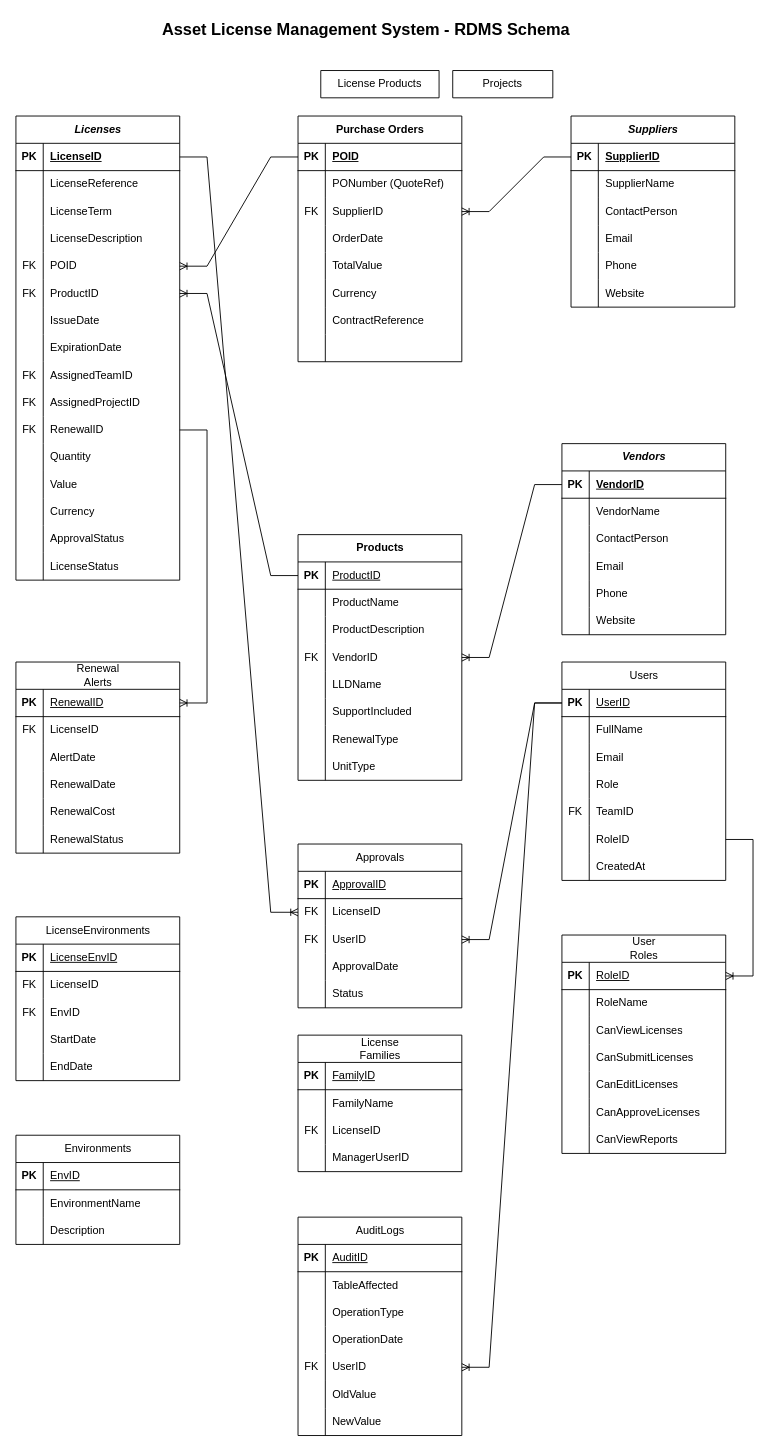
Above: License Management System Schema ER .drawio in MiraxCapgemini/license-tracker-sys (draw.io), before the change. Source tidied: cells renumbered, new cells numbered last; positions are measured from the earlier drawing's top-left corner, leaving out a move shared by most shapes. Both pictures are drawn from the tidied source at 91%, with x=0, y=0 at pixel (-48, -30).
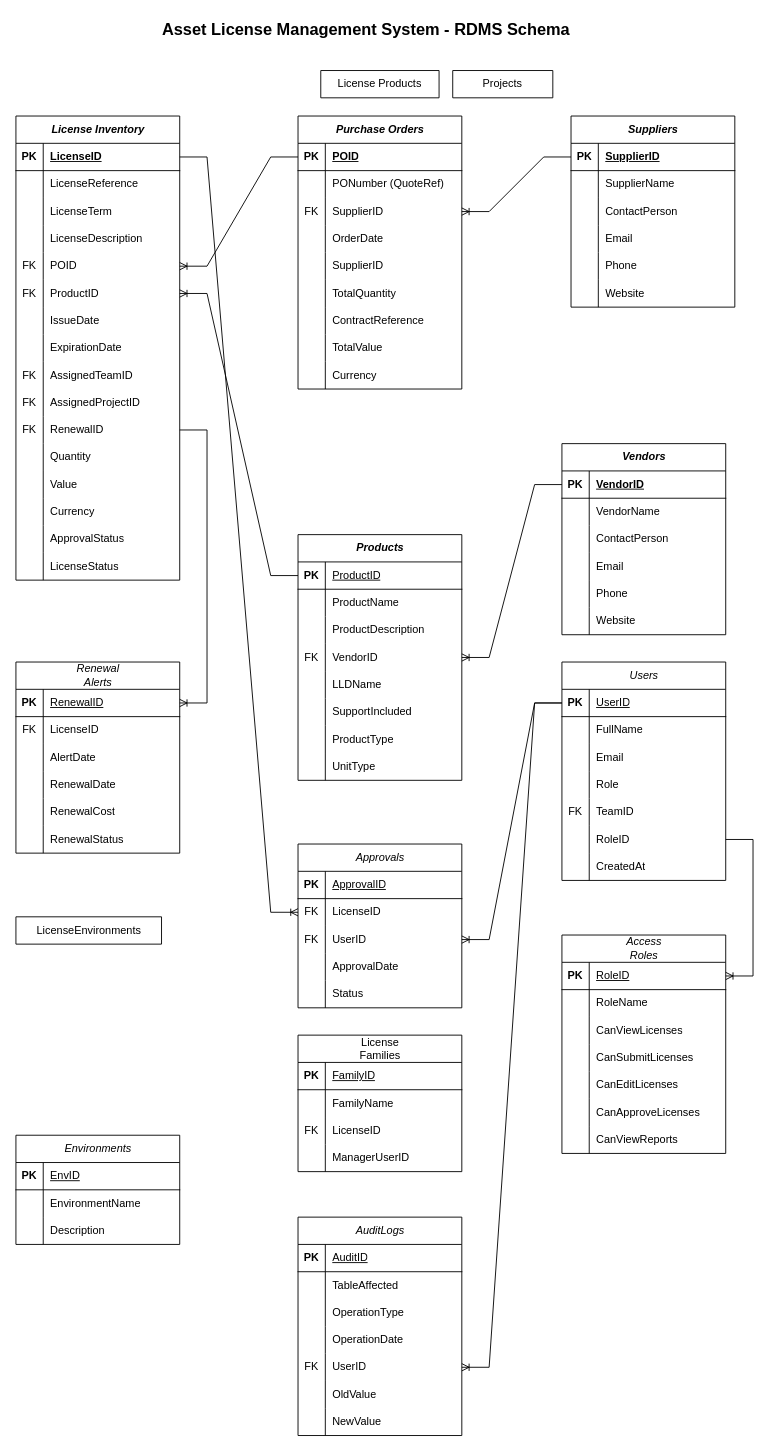
After the change.

The change refers to these unchanged cells:
```xml
<mxCell id="119" style="shape=tableRow;horizontal=0;startSize=0;swimlaneHead=0;swimlaneBody=0;fillColor=none;top=0;left=0;right=0;bottom=0;" parent="100" vertex="1">
  <mxGeometry y="210" width="180" height="30" as="geometry" />
</mxCell>
```

The edit, as a diff of the source:
```diff
@@
-    <mxCell id="6" value="&lt;i&gt;Licenses&lt;/i&gt;" style="shape=table;startSize=30;childLayout=tableLayout;rowLines=0;fontStyle=1;align=center;html=1;" parent="1" vertex="1">
+    <mxCell id="6" value="&lt;i&gt;License Inventory&lt;/i&gt;" style="shape=table;startSize=30;childLayout=tableLayout;rowLines=0;fontStyle=1;align=center;html=1;" parent="1" vertex="1">
       <mxGeometry x="70" y="160" width="180" height="510" as="geometry" />
     </mxCell>
@@
-    <mxCell id="55" value="Purchase Orders" style="shape=table;startSize=30;childLayout=tableLayout;rowLines=0;fontStyle=1;align=center;html=1;" parent="1" vertex="1">
-      <mxGeometry x="380" y="160" width="180" height="270" as="geometry" />
+    <mxCell id="55" value="&lt;i&gt;Purchase Orders&lt;/i&gt;" style="shape=table;startSize=30;childLayout=tableLayout;rowLines=0;fontStyle=1;align=center;html=1;" parent="1" vertex="1">
+      <mxGeometry x="380" y="160" width="180" height="300" as="geometry" />
     </mxCell>
@@
+    <mxCell id="247" style="shape=tableRow;horizontal=0;startSize=0;swimlaneHead=0;swimlaneBody=0;fillColor=none;top=0;left=0;right=0;bottom=0;" parent="55" vertex="1">
+      <mxGeometry y="150" width="180" height="30" as="geometry" />
+    </mxCell>
+    <mxCell id="292" style="shape=partialRectangle;fillColor=none;top=0;left=0;bottom=0;right=0;overflow=hidden;whiteSpace=wrap;html=1;" parent="247" vertex="1">
+      <mxGeometry width="30" height="30" as="geometry" />
+    </mxCell>
+    <mxCell id="293" value="SupplierID" style="shape=partialRectangle;fillColor=none;top=0;left=0;bottom=0;right=0;align=left;spacingLeft=6;overflow=hidden;whiteSpace=wrap;html=1;" parent="247" vertex="1">
+      <mxGeometry x="30" width="150" height="30" as="geometry" />
+    </mxCell>
+    <mxCell id="294" style="shape=tableRow;horizontal=0;startSize=0;swimlaneHead=0;swimlaneBody=0;fillColor=none;top=0;left=0;right=0;bottom=0;" parent="55" vertex="1">
+      <mxGeometry y="180" width="180" height="30" as="geometry" />
+    </mxCell>
+    <mxCell id="295" style="shape=partialRectangle;fillColor=none;top=0;left=0;bottom=0;right=0;overflow=hidden;whiteSpace=wrap;html=1;" parent="294" vertex="1">
+      <mxGeometry width="30" height="30" as="geometry" />
+    </mxCell>
+    <mxCell id="296" value="TotalQuantity" style="shape=partialRectangle;fillColor=none;top=0;left=0;bottom=0;right=0;align=left;spacingLeft=6;overflow=hidden;whiteSpace=wrap;html=1;" parent="294" vertex="1">
+      <mxGeometry x="30" width="150" height="30" as="geometry" />
+    </mxCell>
+    <mxCell id="74" style="shape=tableRow;horizontal=0;startSize=0;swimlaneHead=0;swimlaneBody=0;fillColor=none;top=0;left=0;right=0;bottom=0;" parent="55" vertex="1">
+      <mxGeometry y="210" width="180" height="30" as="geometry" />
+    </mxCell>
+    <mxCell id="75" style="shape=partialRectangle;fillColor=none;top=0;left=0;bottom=0;right=0;overflow=hidden;whiteSpace=wrap;html=1;" parent="74" vertex="1">
+      <mxGeometry width="30" height="30" as="geometry" />
+    </mxCell>
+    <mxCell id="76" value="ContractReference" style="shape=partialRectangle;fillColor=none;top=0;left=0;bottom=0;right=0;align=left;spacingLeft=6;overflow=hidden;whiteSpace=wrap;html=1;" parent="74" vertex="1">
+      <mxGeometry x="30" width="150" height="30" as="geometry" />
+    </mxCell>
     <mxCell id="68" style="shape=tableRow;horizontal=0;startSize=0;swimlaneHead=0;swimlaneBody=0;fillColor=none;top=0;left=0;right=0;bottom=0;" parent="55" vertex="1">
-      <mxGeometry y="150" width="180" height="30" as="geometry" />
+      <mxGeometry y="240" width="180" height="30" as="geometry" />
     </mxCell>
@@
     <mxCell id="71" style="shape=tableRow;horizontal=0;startSize=0;swimlaneHead=0;swimlaneBody=0;fillColor=none;top=0;left=0;right=0;bottom=0;" parent="55" vertex="1">
-      <mxGeometry y="180" width="180" height="30" as="geometry" />
+      <mxGeometry y="270" width="180" height="30" as="geometry" />
     </mxCell>
@@
-    <mxCell id="74" style="shape=tableRow;horizontal=0;startSize=0;swimlaneHead=0;swimlaneBody=0;fillColor=none;top=0;left=0;right=0;bottom=0;" parent="55" vertex="1">
-      <mxGeometry y="210" width="180" height="30" as="geometry" />
-    </mxCell>
-    <mxCell id="75" style="shape=partialRectangle;fillColor=none;top=0;left=0;bottom=0;right=0;overflow=hidden;whiteSpace=wrap;html=1;" parent="74" vertex="1">
-      <mxGeometry width="30" height="30" as="geometry" />
-    </mxCell>
-    <mxCell id="76" value="ContractReference" style="shape=partialRectangle;fillColor=none;top=0;left=0;bottom=0;right=0;align=left;spacingLeft=6;overflow=hidden;whiteSpace=wrap;html=1;" parent="74" vertex="1">
-      <mxGeometry x="30" width="150" height="30" as="geometry" />
-    </mxCell>
-    <mxCell id="77" style="shape=tableRow;horizontal=0;startSize=0;swimlaneHead=0;swimlaneBody=0;fillColor=none;top=0;left=0;right=0;bottom=0;" parent="55" vertex="1">
-      <mxGeometry y="240" width="180" height="30" as="geometry" />
-    </mxCell>
-    <mxCell id="78" style="shape=partialRectangle;fillColor=none;top=0;left=0;bottom=0;right=0;overflow=hidden;whiteSpace=wrap;html=1;" parent="77" vertex="1">
-      <mxGeometry width="30" height="30" as="geometry" />
-    </mxCell>
-    <mxCell id="79" style="shape=partialRectangle;fillColor=none;top=0;left=0;bottom=0;right=0;align=left;spacingLeft=6;overflow=hidden;whiteSpace=wrap;html=1;" parent="77" vertex="1">
-      <mxGeometry x="30" width="150" height="30" as="geometry" />
-    </mxCell>
@@
-    <mxCell id="100" value="Products" style="shape=table;startSize=30;childLayout=tableLayout;rowLines=0;fontStyle=1;align=center;html=1;" parent="1" vertex="1">
+    <mxCell id="100" value="&lt;i&gt;Products&lt;/i&gt;" style="shape=table;startSize=30;childLayout=tableLayout;rowLines=0;fontStyle=1;align=center;html=1;" parent="1" vertex="1">
       <mxGeometry x="380" y="620" width="180" height="270" as="geometry" />
     </mxCell>
@@
-    <mxCell id="121" value="RenewalType" style="shape=partialRectangle;fillColor=none;top=0;left=0;bottom=0;right=0;align=left;spacingLeft=6;overflow=hidden;whiteSpace=wrap;html=1;" parent="119" vertex="1">
+    <mxCell id="121" value="ProductType" style="shape=partialRectangle;fillColor=none;top=0;left=0;bottom=0;right=0;align=left;spacingLeft=6;overflow=hidden;whiteSpace=wrap;html=1;" parent="119" vertex="1">
       <mxGeometry x="30" width="150" height="30" as="geometry" />
     </mxCell>
@@
-    <mxCell id="127" value="&lt;span style=&quot;font-weight: 400; text-wrap-mode: wrap;&quot;&gt;Renewal Alerts&lt;/span&gt;" style="shape=table;startSize=30;childLayout=tableLayout;rowLines=0;fontStyle=1;align=center;html=1;" parent="1" vertex="1">
+    <mxCell id="127" value="&lt;span style=&quot;font-weight: 400; text-wrap-mode: wrap;&quot;&gt;&lt;i&gt;Renewal Alerts&lt;/i&gt;&lt;/span&gt;" style="shape=table;startSize=30;childLayout=tableLayout;rowLines=0;fontStyle=1;align=center;html=1;" parent="1" vertex="1">
       <mxGeometry x="70" y="760" width="180" height="210" as="geometry" />
     </mxCell>
@@
-    <mxCell id="148" value="&lt;span style=&quot;font-weight: 400; text-wrap-mode: wrap;&quot;&gt;Approvals&lt;/span&gt;" style="shape=table;startSize=30;childLayout=tableLayout;rowLines=0;fontStyle=1;align=center;html=1;" parent="1" vertex="1">
+    <mxCell id="148" value="&lt;span style=&quot;font-weight: 400; text-wrap-mode: wrap;&quot;&gt;&lt;i&gt;Approvals&lt;/i&gt;&lt;/span&gt;" style="shape=table;startSize=30;childLayout=tableLayout;rowLines=0;fontStyle=1;align=center;html=1;" parent="1" vertex="1">
       <mxGeometry x="380" y="960" width="180" height="180" as="geometry" />
     </mxCell>
@@
-    <mxCell id="164" value="&lt;span style=&quot;font-weight: 400; text-wrap-mode: wrap;&quot;&gt;Users&lt;/span&gt;" style="shape=table;startSize=30;childLayout=tableLayout;rowLines=0;fontStyle=1;align=center;html=1;" parent="1" vertex="1">
+    <mxCell id="164" value="&lt;span style=&quot;font-weight: 400; text-wrap-mode: wrap;&quot;&gt;&lt;i&gt;Users&lt;/i&gt;&lt;/span&gt;" style="shape=table;startSize=30;childLayout=tableLayout;rowLines=0;fontStyle=1;align=center;html=1;" parent="1" vertex="1">
       <mxGeometry x="670" y="760" width="180" height="240" as="geometry" />
     </mxCell>
@@
-    <mxCell id="188" value="&lt;span style=&quot;font-weight: 400; text-wrap-mode: wrap;&quot;&gt;AuditLogs&lt;/span&gt;" style="shape=table;startSize=30;childLayout=tableLayout;rowLines=0;fontStyle=1;align=center;html=1;" parent="1" vertex="1">
+    <mxCell id="188" value="&lt;span style=&quot;font-weight: 400; text-wrap-mode: wrap;&quot;&gt;&lt;i&gt;AuditLogs&lt;/i&gt;&lt;/span&gt;" style="shape=table;startSize=30;childLayout=tableLayout;rowLines=0;fontStyle=1;align=center;html=1;" parent="1" vertex="1">
       <mxGeometry x="380" y="1370" width="180" height="240" as="geometry" />
     </mxCell>
@@
-    <mxCell id="224" value="&lt;span style=&quot;font-weight: 400; text-wrap-mode: wrap;&quot;&gt;Environments&lt;/span&gt;" style="shape=table;startSize=30;childLayout=tableLayout;rowLines=0;fontStyle=1;align=center;html=1;" parent="1" vertex="1">
+    <mxCell id="224" value="&lt;span style=&quot;font-weight: 400; text-wrap-mode: wrap;&quot;&gt;&lt;i&gt;Environments&lt;/i&gt;&lt;/span&gt;" style="shape=table;startSize=30;childLayout=tableLayout;rowLines=0;fontStyle=1;align=center;html=1;" parent="1" vertex="1">
       <mxGeometry x="70" y="1280" width="180" height="120" as="geometry" />
     </mxCell>
@@
-    <mxCell id="234" value="&lt;span style=&quot;font-weight: 400; text-wrap-mode: wrap;&quot;&gt;LicenseEnvironments&lt;/span&gt;" style="shape=table;startSize=30;childLayout=tableLayout;rowLines=0;fontStyle=1;align=center;html=1;" parent="1" vertex="1">
-      <mxGeometry x="70" y="1040" width="180" height="180" as="geometry" />
+    <mxCell id="234" value="&lt;span style=&quot;font-weight: 400; text-wrap-mode: wrap;&quot;&gt;LicenseEnvironments&lt;/span&gt;" style="shape=table;startSize=30;childLayout=tableLayout;rowLines=0;fontStyle=1;align=center;html=1;" parent="1" vertex="1" collapsed="1">
+      <mxGeometry x="70" y="1040" width="160" height="30" as="geometry" />
     </mxCell>
-    <mxCell id="235" style="shape=tableRow;horizontal=0;startSize=0;swimlaneHead=0;swimlaneBody=0;fillColor=none;top=0;left=0;right=0;bottom=1;" parent="234" vertex="1">
-      <mxGeometry y="30" width="180" height="30" as="geometry" />
-    </mxCell>
-    <mxCell id="236" value="PK" style="shape=partialRectangle;fillColor=none;top=0;left=0;bottom=0;right=0;fontStyle=1;overflow=hidden;whiteSpace=wrap;html=1;" parent="235" vertex="1">
-      <mxGeometry width="30" height="30" as="geometry" />
-    </mxCell>
-    <mxCell id="237" value="&lt;span style=&quot;font-weight: 400;&quot;&gt;LicenseEnvID&lt;/span&gt;" style="shape=partialRectangle;fillColor=none;top=0;left=0;bottom=0;right=0;align=left;spacingLeft=6;fontStyle=5;overflow=hidden;whiteSpace=wrap;html=1;" parent="235" vertex="1">
-      <mxGeometry x="30" width="150" height="30" as="geometry" />
-    </mxCell>
-    <mxCell id="238" style="shape=tableRow;horizontal=0;startSize=0;swimlaneHead=0;swimlaneBody=0;fillColor=none;top=0;left=0;right=0;bottom=0;" parent="234" vertex="1">
-      <mxGeometry y="60" width="180" height="30" as="geometry" />
-    </mxCell>
-    <mxCell id="239" value="FK" style="shape=partialRectangle;fillColor=none;top=0;left=0;bottom=0;right=0;overflow=hidden;whiteSpace=wrap;html=1;" parent="238" vertex="1">
-      <mxGeometry width="30" height="30" as="geometry" />
-    </mxCell>
-    <mxCell id="240" value="LicenseID" style="shape=partialRectangle;fillColor=none;top=0;left=0;bottom=0;right=0;align=left;spacingLeft=6;overflow=hidden;whiteSpace=wrap;html=1;" parent="238" vertex="1">
-      <mxGeometry x="30" width="150" height="30" as="geometry" />
-    </mxCell>
-    <mxCell id="241" style="shape=tableRow;horizontal=0;startSize=0;swimlaneHead=0;swimlaneBody=0;fillColor=none;top=0;left=0;right=0;bottom=0;" parent="234" vertex="1">
-      <mxGeometry y="90" width="180" height="30" as="geometry" />
-    </mxCell>
-    <mxCell id="242" value="FK" style="shape=partialRectangle;fillColor=none;top=0;left=0;bottom=0;right=0;overflow=hidden;whiteSpace=wrap;html=1;" parent="241" vertex="1">
-      <mxGeometry width="30" height="30" as="geometry" />
-    </mxCell>
-    <mxCell id="243" value="EnvID" style="shape=partialRectangle;fillColor=none;top=0;left=0;bottom=0;right=0;align=left;spacingLeft=6;overflow=hidden;whiteSpace=wrap;html=1;" parent="241" vertex="1">
-      <mxGeometry x="30" width="150" height="30" as="geometry" />
-    </mxCell>
-    <mxCell id="244" style="shape=tableRow;horizontal=0;startSize=0;swimlaneHead=0;swimlaneBody=0;fillColor=none;top=0;left=0;right=0;bottom=0;" parent="234" vertex="1">
-      <mxGeometry y="120" width="180" height="30" as="geometry" />
-    </mxCell>
-    <mxCell id="245" style="shape=partialRectangle;fillColor=none;top=0;left=0;bottom=0;right=0;overflow=hidden;whiteSpace=wrap;html=1;" parent="244" vertex="1">
-      <mxGeometry width="30" height="30" as="geometry" />
-    </mxCell>
-    <mxCell id="246" value="StartDate" style="shape=partialRectangle;fillColor=none;top=0;left=0;bottom=0;right=0;align=left;spacingLeft=6;overflow=hidden;whiteSpace=wrap;html=1;" parent="244" vertex="1">
-      <mxGeometry x="30" width="150" height="30" as="geometry" />
-    </mxCell>
-    <mxCell id="247" style="shape=tableRow;horizontal=0;startSize=0;swimlaneHead=0;swimlaneBody=0;fillColor=none;top=0;left=0;right=0;bottom=0;" parent="234" vertex="1">
-      <mxGeometry y="150" width="180" height="30" as="geometry" />
-    </mxCell>
-    <mxCell id="248" style="shape=partialRectangle;fillColor=none;top=0;left=0;bottom=0;right=0;overflow=hidden;whiteSpace=wrap;html=1;" parent="247" vertex="1">
-      <mxGeometry width="30" height="30" as="geometry" />
-    </mxCell>
-    <mxCell id="249" value="EndDate" style="shape=partialRectangle;fillColor=none;top=0;left=0;bottom=0;right=0;align=left;spacingLeft=6;overflow=hidden;whiteSpace=wrap;html=1;" parent="247" vertex="1">
-      <mxGeometry x="30" width="150" height="30" as="geometry" />
-    </mxCell>
-    <mxCell id="250" value="&lt;span style=&quot;font-weight: 400; text-wrap-mode: wrap;&quot;&gt;User Roles&lt;/span&gt;" style="shape=table;startSize=30;childLayout=tableLayout;rowLines=0;fontStyle=1;align=center;html=1;" parent="1" vertex="1">
+    <mxCell id="250" value="&lt;span style=&quot;font-weight: 400; text-wrap-mode: wrap;&quot;&gt;&lt;i&gt;Access Roles&lt;/i&gt;&lt;/span&gt;" style="shape=table;startSize=30;childLayout=tableLayout;rowLines=0;fontStyle=1;align=center;html=1;" parent="1" vertex="1">
       <mxGeometry x="670" y="1060" width="180" height="240" as="geometry" />
     </mxCell>
```
